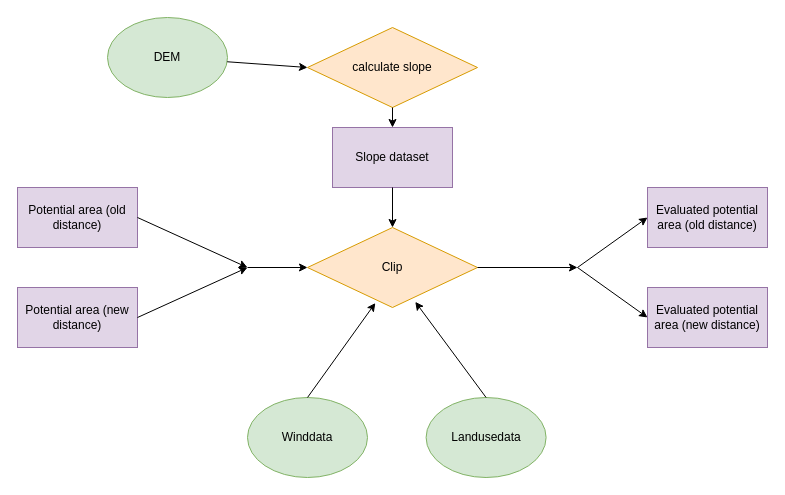
Earlier version of the draw.io diagram Project_Group5_Workflow_part2.drawio (UlrikeLorenz/Final_Project_Group5). Source tidied: cells renumbered, new cells numbered last; positions are measured from the earlier drawing's top-left corner, leaving out a move shared by most shapes. Both pictures are drawn from the tidied source at 100%, with x=0, y=0 at pixel (17, 17).
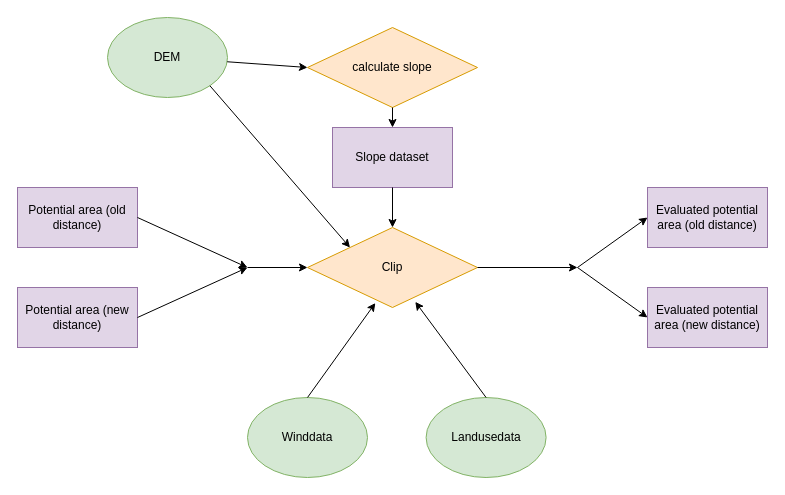
After the change.

Unchanged cells that the change refers to:
```xml
<mxCell id="2" value="DEM" style="ellipse;whiteSpace=wrap;html=1;fillColor=#d5e8d4;strokeColor=#82b366;" parent="1" vertex="1">
  <mxGeometry x="90" width="120" height="80" as="geometry" />
</mxCell>
<mxCell id="8" value="Clip" style="rhombus;whiteSpace=wrap;html=1;fillColor=#ffe6cc;strokeColor=#d79b00;" parent="1" vertex="1">
  <mxGeometry x="290" y="210" width="170" height="80" as="geometry" />
</mxCell>
```

What changed in the source:
```diff
@@
+    <mxCell id="23" style="endArrow=classic;html=1;exitX=1;exitY=1;exitDx=0;exitDy=0;entryX=0;entryY=0;entryDx=0;entryDy=0;" parent="1" edge="1" source="2" target="8">
+      <mxGeometry relative="1" as="geometry" />
+    </mxCell>
```
